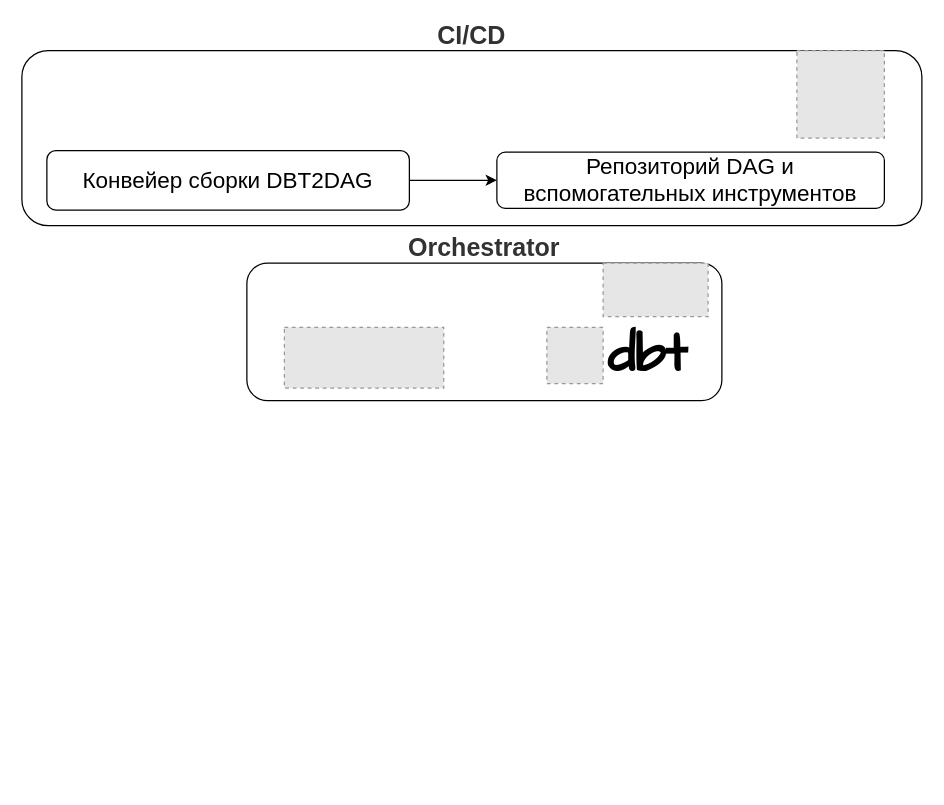
Earlier version of the draw.io diagram DBT.drawio (SkilarW/base_rep_work). Source tidied: cells renumbered, new cells numbered last; positions are measured from the earlier drawing's top-left corner, leaving out a move shared by most shapes. Both pictures are drawn from the tidied source at 125%, with x=0, y=0 at pixel (21, 50). Pictures stored in the file or linked from it are replaced by grey dashed boxes.
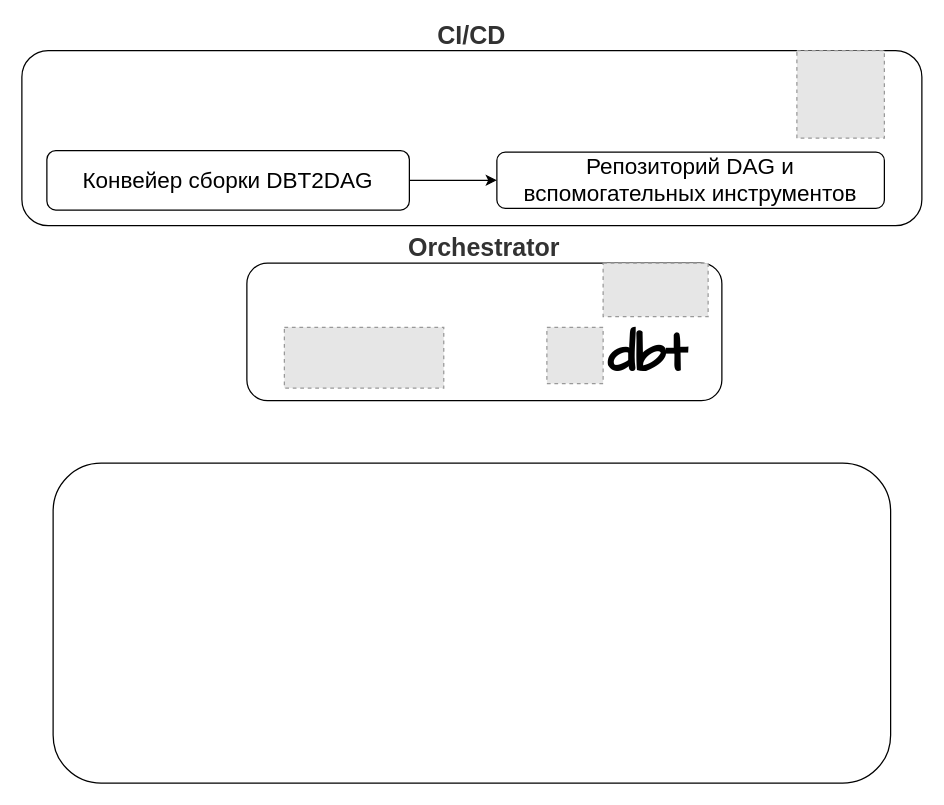
Above is the later version.

Diff of the diagram source:
```diff
@@
 <mxGraphModel>
   <root>
     <mxCell id="0" />
     <mxCell id="1" parent="0" />
     <mxCell id="2" value="CI/CD" style="rounded=1;align=center;labelPosition=center;verticalLabelPosition=top;verticalAlign=bottom;spacingTop=0;textOpacity=80;spacing=2;fontSize=20;fontStyle=1;fontColor=default;" parent="1" vertex="1">
       <mxGeometry width="720" height="140" as="geometry" />
     </mxCell>
     <mxCell id="3" value="&lt;font style=&quot;font-size: 18px;&quot;&gt;Конвейер сборки DBT2DAG&lt;/font&gt;" style="rounded=1;whiteSpace=wrap;html=1;" parent="1" vertex="1">
       <mxGeometry x="20" y="80" width="290" height="47.5" as="geometry" />
     </mxCell>
     <mxCell id="4" value="&lt;font style=&quot;font-size: 18px;&quot;&gt;Репозиторий DAG и вспомогательных инструментов&lt;/font&gt;" style="rounded=1;whiteSpace=wrap;html=1;" parent="1" vertex="1">
       <mxGeometry x="380" y="81.2" width="310" height="45" as="geometry" />
     </mxCell>
     <mxCell id="5" style="edgeStyle=orthogonalEdgeStyle;rounded=0;jettySize=auto;html=1;" parent="1" edge="1" source="3" target="4">
       <mxGeometry relative="1" as="geometry" />
     </mxCell>
     <mxCell id="6" style="fillColor=#E6E6E6;strokeColor=#999999;dashed=1;verticalLabelPosition=bottom;labelBackgroundColor=default;verticalAlign=top;" parent="1" vertex="1">
       <mxGeometry x="620" width="70" height="70" as="geometry" />
     </mxCell>
     <mxCell id="7" value="Orchestrator" style="rounded=1;align=center;labelPosition=center;verticalLabelPosition=top;verticalAlign=bottom;spacingTop=0;textOpacity=80;spacing=2;fontSize=20;fontStyle=1;fontColor=default;" parent="1" vertex="1">
       <mxGeometry x="180" y="170" width="380" height="110" as="geometry" />
     </mxCell>
     <mxCell id="8" style="fillColor=#E6E6E6;strokeColor=#999999;dashed=1;verticalLabelPosition=bottom;labelBackgroundColor=default;verticalAlign=top;" parent="1" vertex="1">
       <mxGeometry x="210" y="221.3" width="127.5" height="48.7" as="geometry" />
     </mxCell>
     <mxCell id="9" style="fillColor=#E6E6E6;strokeColor=#999999;dashed=1;verticalLabelPosition=bottom;labelBackgroundColor=default;verticalAlign=top;" parent="1" vertex="1">
       <mxGeometry x="420" y="221.3" width="45" height="45" as="geometry" />
     </mxCell>
     <mxCell id="10" value="&lt;font style=&quot;font-size: 43px;&quot; face=&quot;Comic Sans MS&quot;&gt;dbt&lt;/font&gt;" style="text;strokeColor=none;fillColor=none;html=1;fontSize=24;fontStyle=1;verticalAlign=middle;align=center;" parent="1" vertex="1">
       <mxGeometry x="465" y="223.8" width="70" height="40" as="geometry" />
     </mxCell>
     <mxCell id="11" style="fillColor=#E6E6E6;strokeColor=#999999;dashed=1;verticalLabelPosition=bottom;labelBackgroundColor=default;verticalAlign=top;" parent="1" vertex="1">
       <mxGeometry x="465" y="170" width="84" height="42.7" as="geometry" />
     </mxCell>
+    <mxCell id="12" style="rounded=1;whiteSpace=wrap;html=1;" parent="1" vertex="1">
+      <mxGeometry x="25" y="330" width="670" height="256" as="geometry" />
+    </mxCell>
   </root>
 </mxGraphModel>
```
